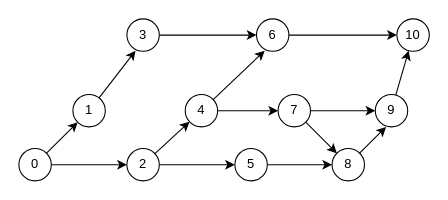
Earlier version of the draw.io diagram Untitled Diagram.drawio (chenxueqin1024/chenxueqin1024). Source tidied: cells renumbered, new cells numbered last; positions are measured from the earlier drawing's top-left corner, leaving out a move shared by most shapes. Both pictures are drawn from the tidied source at 108%, with x=0, y=0 at pixel (18, 18).
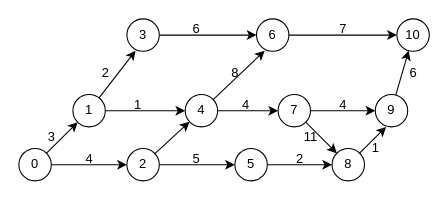
After the change.

The change refers to these unchanged cells:
```xml
<mxCell id="6" value="1" style="ellipse;whiteSpace=wrap;html=1;" parent="1" vertex="1">
  <mxGeometry x="50" y="70" width="30" height="30" as="geometry" />
</mxCell>
<mxCell id="14" value="4" style="ellipse;whiteSpace=wrap;html=1;" parent="1" vertex="1">
  <mxGeometry x="154" y="70" width="30" height="30" as="geometry" />
</mxCell>
```

Change to the diagram source:
```diff
@@
+    <mxCell id="27" style="edgeStyle=none;rounded=0;jettySize=auto;html=1;entryX=0;entryY=0.5;entryDx=0;entryDy=0;" parent="1" edge="1" source="6" target="14">
+      <mxGeometry relative="1" as="geometry" />
+    </mxCell>
@@
+    <mxCell id="28" value="3" style="text;html=1;align=center;verticalAlign=middle;strokeColor=none;" parent="1" vertex="1">
+      <mxGeometry x="20" y="100" width="20" height="20" as="geometry" />
+    </mxCell>
+    <mxCell id="29" value="2" style="text;html=1;align=center;verticalAlign=middle;strokeColor=none;" parent="1" vertex="1">
+      <mxGeometry x="70" y="40" width="20" height="20" as="geometry" />
+    </mxCell>
+    <mxCell id="30" value="4" style="text;html=1;align=center;verticalAlign=middle;strokeColor=none;" parent="1" vertex="1">
+      <mxGeometry x="55" y="120" width="20" height="20" as="geometry" />
+    </mxCell>
+    <mxCell id="31" value="6" style="text;html=1;align=center;verticalAlign=middle;strokeColor=none;" parent="1" vertex="1">
+      <mxGeometry x="154" width="20" height="20" as="geometry" />
+    </mxCell>
+    <mxCell id="32" value="1" style="text;html=1;align=center;verticalAlign=middle;strokeColor=none;" parent="1" vertex="1">
+      <mxGeometry x="100" y="70" width="20" height="20" as="geometry" />
+    </mxCell>
+    <mxCell id="33" value="5" style="text;html=1;align=center;verticalAlign=middle;strokeColor=none;" parent="1" vertex="1">
+      <mxGeometry x="154" y="120" width="20" height="20" as="geometry" />
+    </mxCell>
+    <mxCell id="34" value="2" style="text;html=1;align=center;verticalAlign=middle;strokeColor=none;" parent="1" vertex="1">
+      <mxGeometry x="250" y="120" width="20" height="20" as="geometry" />
+    </mxCell>
+    <mxCell id="35" value="4" style="text;html=1;align=center;verticalAlign=middle;strokeColor=none;" parent="1" vertex="1">
+      <mxGeometry x="200" y="70" width="20" height="20" as="geometry" />
+    </mxCell>
+    <mxCell id="36" value="8" style="text;html=1;align=center;verticalAlign=middle;strokeColor=none;" parent="1" vertex="1">
+      <mxGeometry x="190" y="40" width="20" height="20" as="geometry" />
+    </mxCell>
+    <mxCell id="37" value="7" style="text;html=1;align=center;verticalAlign=middle;strokeColor=none;" parent="1" vertex="1">
+      <mxGeometry x="290" width="20" height="20" as="geometry" />
+    </mxCell>
+    <mxCell id="38" value="4" style="text;html=1;align=center;verticalAlign=middle;strokeColor=none;" parent="1" vertex="1">
+      <mxGeometry x="290" y="70" width="20" height="20" as="geometry" />
+    </mxCell>
+    <mxCell id="39" value="1" style="text;html=1;align=center;verticalAlign=middle;strokeColor=none;" parent="1" vertex="1">
+      <mxGeometry x="320" y="110" width="20" height="20" as="geometry" />
+    </mxCell>
+    <mxCell id="40" value="11" style="text;html=1;align=center;verticalAlign=middle;strokeColor=none;" parent="1" vertex="1">
+      <mxGeometry x="255" y="100" width="30" height="20" as="geometry" />
+    </mxCell>
+    <mxCell id="41" value="6" style="text;html=1;align=center;verticalAlign=middle;strokeColor=none;" parent="1" vertex="1">
+      <mxGeometry x="355" y="40" width="20" height="20" as="geometry" />
+    </mxCell>
```
